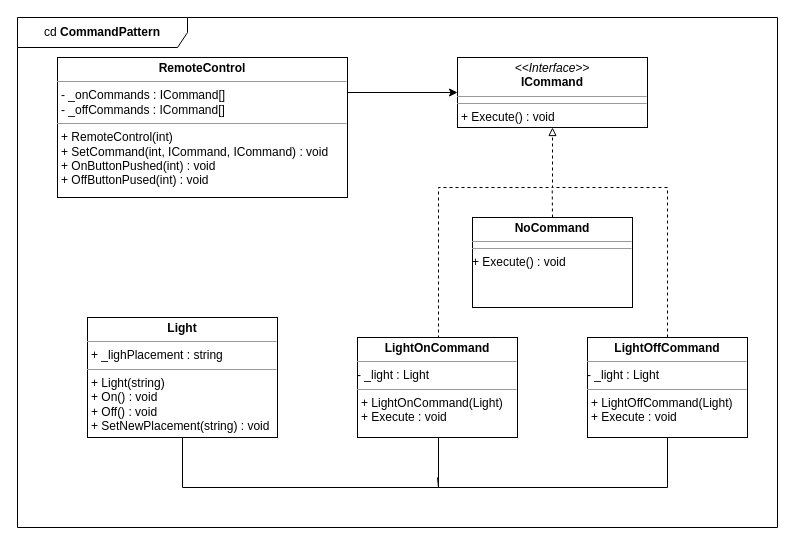
Earlier version of the draw.io diagram Simple_Command_Pattern/ClassDiagram_CommandPattern_Simple.drawio (MortenFilt/CommandPattern). Source tidied: cells renumbered, new cells numbered last; positions are measured from the earlier drawing's top-left corner, leaving out a move shared by most shapes. Both pictures are drawn from the tidied source at 100%, with x=0, y=0 at pixel (17, 17).
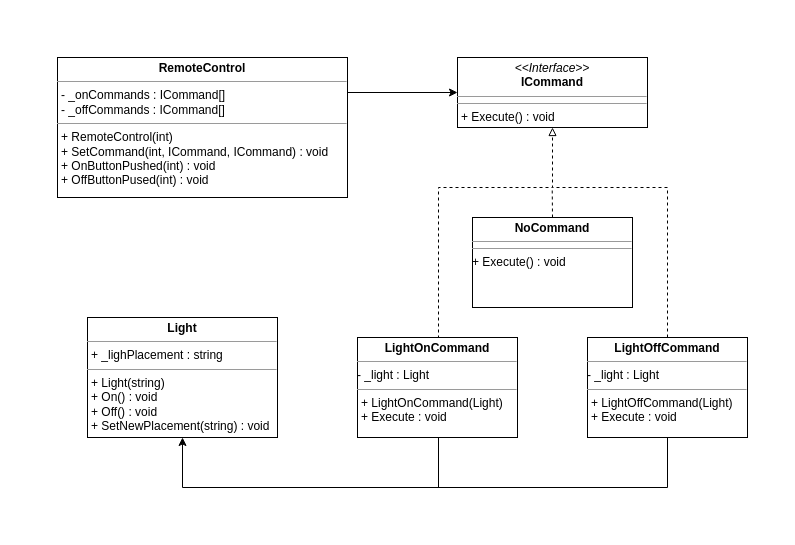
The same page after the edit.

Unchanged cells that the change refers to:
```xml
<mxCell id="4" value="&lt;p style=&quot;margin: 0px ; margin-top: 4px ; text-align: center&quot;&gt;&lt;b&gt;Light&lt;/b&gt;&lt;/p&gt;&lt;hr size=&quot;1&quot;&gt;&lt;p style=&quot;margin: 0px ; margin-left: 4px&quot;&gt;+ _lighPlacement : string&lt;br&gt;&lt;/p&gt;&lt;hr size=&quot;1&quot;&gt;&lt;p style=&quot;margin: 0px ; margin-left: 4px&quot;&gt;+ Light(string)&lt;/p&gt;&lt;p style=&quot;margin: 0px ; margin-left: 4px&quot;&gt;+ On() : void&lt;/p&gt;&lt;p style=&quot;margin: 0px ; margin-left: 4px&quot;&gt;+ Off() : void&lt;/p&gt;&lt;p style=&quot;margin: 0px ; margin-left: 4px&quot;&gt;+ SetNewPlacement(string) : void&lt;br&gt;&lt;/p&gt;" style="verticalAlign=top;align=left;overflow=fill;fontSize=12;fontFamily=Helvetica;html=1;" parent="1" vertex="1">
  <mxGeometry x="70" y="300" width="190" height="120" as="geometry" />
</mxCell>
<mxCell id="8" value="&lt;p style=&quot;margin: 0px ; margin-top: 4px ; text-align: center&quot;&gt;&lt;b&gt;LightOnCommand&lt;/b&gt;&lt;/p&gt;&lt;hr size=&quot;1&quot;&gt;- _light : Light&lt;br&gt;&lt;hr size=&quot;1&quot;&gt;&lt;p style=&quot;margin: 0px ; margin-left: 4px&quot;&gt;+ LightOnCommand(Light)&lt;br&gt;&lt;/p&gt;&lt;p style=&quot;margin: 0px ; margin-left: 4px&quot;&gt;+ Execute : void&lt;br&gt;&lt;/p&gt;" style="verticalAlign=top;align=left;overflow=fill;fontSize=12;fontFamily=Helvetica;html=1;" parent="1" vertex="1">
  <mxGeometry x="340" y="320" width="160" height="100" as="geometry" />
</mxCell>
<mxCell id="11" value="&lt;p style=&quot;margin: 0px ; margin-top: 4px ; text-align: center&quot;&gt;&lt;b&gt;LightOffCommand&lt;/b&gt;&lt;/p&gt;&lt;hr size=&quot;1&quot;&gt;- _light : Light&lt;br&gt;&lt;hr size=&quot;1&quot;&gt;&lt;p style=&quot;margin: 0px ; margin-left: 4px&quot;&gt;+ LightOffCommand(Light)&lt;br&gt;&lt;/p&gt;&lt;p style=&quot;margin: 0px ; margin-left: 4px&quot;&gt;+ Execute : void&lt;br&gt;&lt;/p&gt;" style="verticalAlign=top;align=left;overflow=fill;fontSize=12;fontFamily=Helvetica;html=1;" parent="1" vertex="1">
  <mxGeometry x="570" y="320" width="160" height="100" as="geometry" />
</mxCell>
```

The edit, as a diff of the source:
```diff
@@
-    <mxCell id="7" style="edgeStyle=orthogonalEdgeStyle;rounded=0;jettySize=auto;html=1;exitX=0.5;exitY=1;exitDx=0;exitDy=0;entryX=0.5;entryY=1;entryDx=0;entryDy=0;endArrow=none;endFill=0;" parent="1" edge="1" source="8" target="4">
+    <mxCell id="7" style="edgeStyle=orthogonalEdgeStyle;rounded=0;jettySize=auto;html=1;exitX=0.5;exitY=1;exitDx=0;exitDy=0;entryX=0.5;entryY=1;entryDx=0;entryDy=0;endArrow=classic;endFill=1;" parent="1" edge="1" source="8" target="4">
       <mxGeometry relative="1" as="geometry">
         <Array as="points">
           <mxPoint x="421" y="470" />
           <mxPoint x="165" y="470" />
         </Array>
       </mxGeometry>
     </mxCell>
@@
     <mxCell id="10" style="edgeStyle=orthogonalEdgeStyle;rounded=0;jettySize=auto;html=1;exitX=0.5;exitY=1;exitDx=0;exitDy=0;endArrow=none;endFill=0;" parent="1" edge="1" source="11">
       <mxGeometry relative="1" as="geometry">
-        <mxPoint x="420" y="460" as="targetPoint" />
+        <mxPoint x="420" y="470" as="targetPoint" />
         <Array as="points">
           <mxPoint x="650" y="470" />
           <mxPoint x="421" y="470" />
         </Array>
       </mxGeometry>
     </mxCell>
@@
-    <mxCell id="14" value="cd &lt;b&gt;CommandPattern&lt;/b&gt;" style="shape=umlFrame;whiteSpace=wrap;html=1;width=170;height=30;" parent="1" vertex="1">
-      <mxGeometry width="760" height="510" as="geometry" />
-    </mxCell>
```
